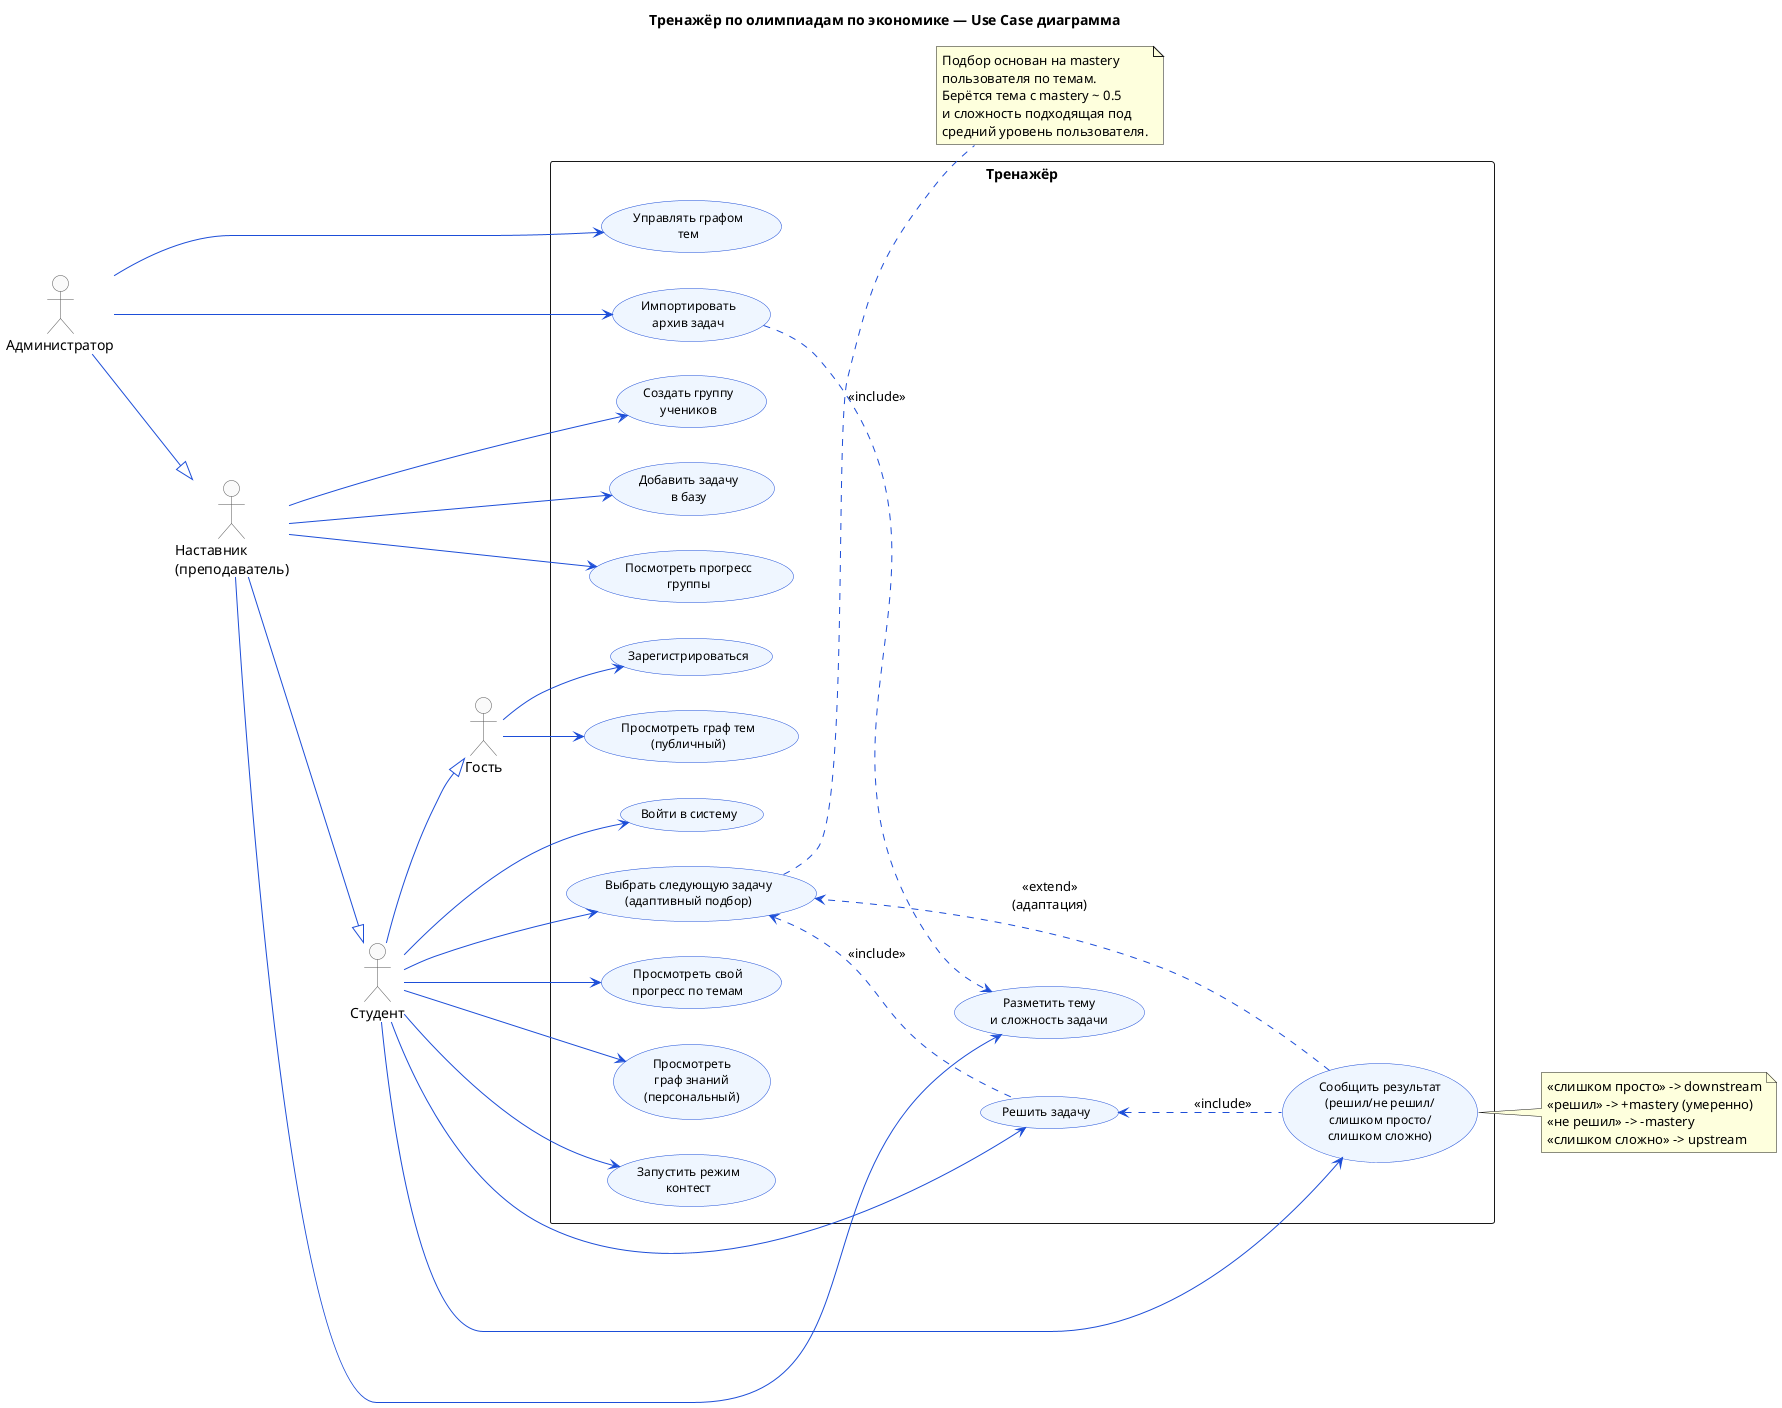
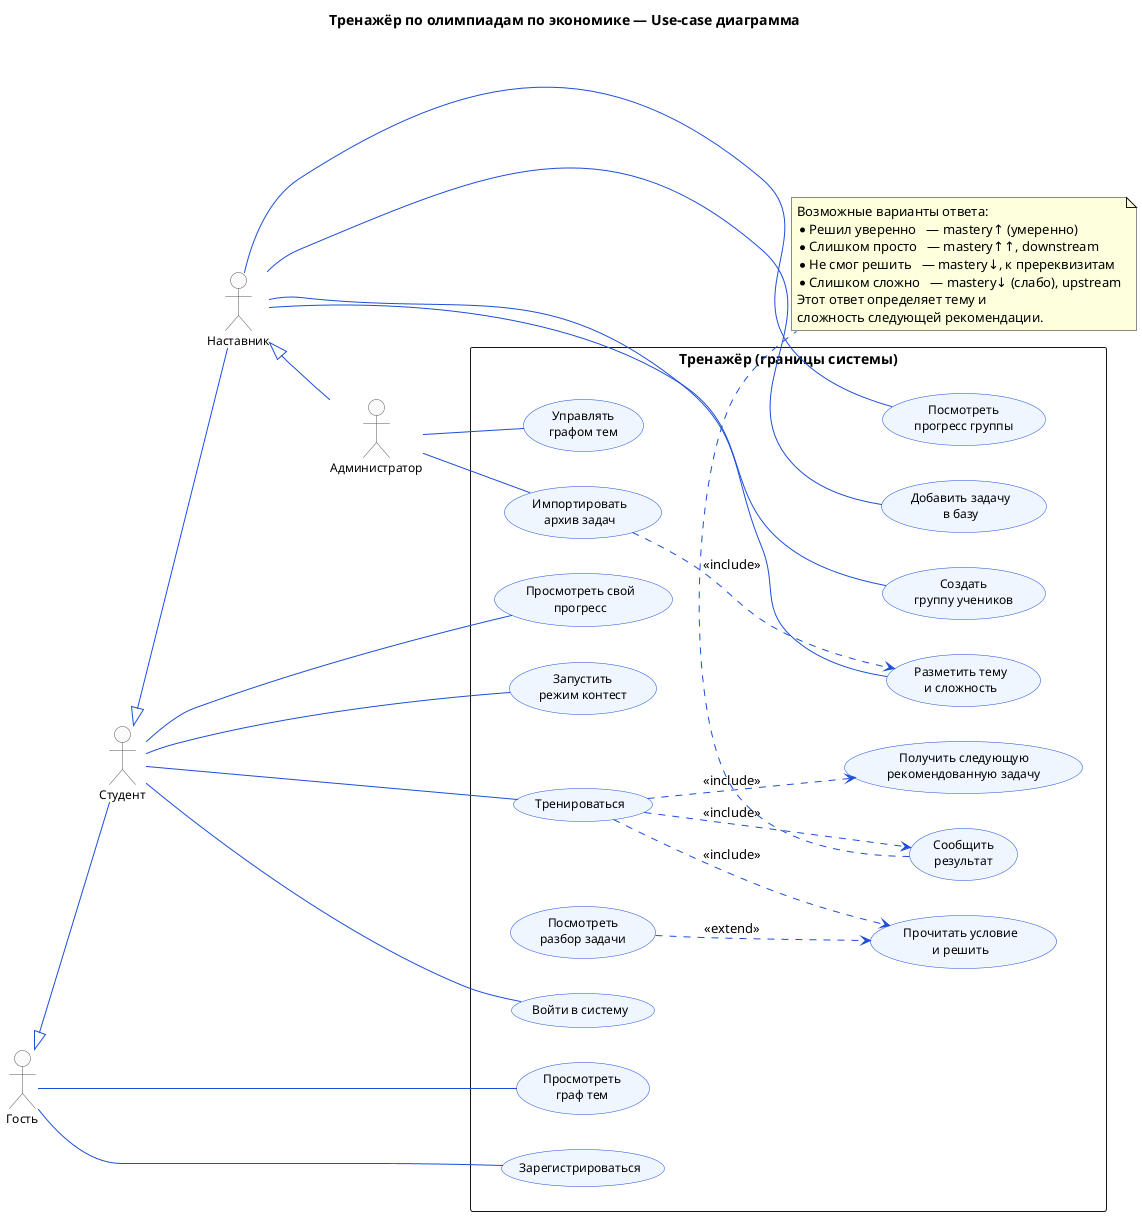
@startuml
+ ' Use-case диаграмма EconTrainer.
+ ' Нотация — по статье "Использование диаграммы вариантов использования UML
+ ' при проектировании программного обеспечения" (habr.com/ru/articles/566218/).
+ '   * Ассоциация (актёр — use-case): СПЛОШНАЯ ЛИНИЯ БЕЗ СТРЕЛКИ.
+ '   * Обобщение (наследование акторов): сплошная линия с треугольной стрелкой.
+ '   * Включение  <<include>>: пунктирная стрелка ИЗ включающего В включаемый.
+ '   * Расширение <<extend>>: пунктирная стрелка ИЗ расширяющего В базовый.
+ 
left to right direction
+ skinparam shadowing false
skinparam packageStyle rectangle
- skinparam shadowing false
skinparam actor {
  BackgroundColor #FAFAFA
-   BorderColor #555555
+   BorderColor      #555555
+   FontSize         12
}
skinparam usecase {
-   BackgroundColor #EFF6FF
-   BorderColor #1D4ED8
-   ArrowColor #1D4ED8
-   FontSize 12
+   BackgroundColor  #EFF6FF
+   BorderColor      #1D4ED8
+   ArrowColor       #1D4ED8
+   FontSize         12
}

- title Тренажёр по олимпиадам по экономике — Use Case диаграмма
+ title Тренажёр по олимпиадам по экономике — Use-case диаграмма

- actor "Гость" as Guest
- actor "Студент" as Student
- actor "Наставник\n(преподаватель)" as Tutor
- actor "Администратор" as Admin
+ actor "Гость"           as Guest
+ actor "Студент"         as Student
+ actor "Наставник"       as Tutor
+ actor "Администратор"   as Admin

- Student --|> Guest
- Tutor --|> Student
- Admin --|> Tutor
+ Guest  <|-- Student
+ Student <|-- Tutor
+ Tutor   <|-- Admin

- rectangle "Тренажёр" {
-   usecase "Просмотреть граф тем\n(публичный)" as UC_ViewPublicGraph
-   usecase "Зарегистрироваться" as UC_Register
-   usecase "Войти в систему" as UC_Login
-   usecase "Выбрать следующую задачу\n(адаптивный подбор)" as UC_NextTask
-   usecase "Решить задачу" as UC_SolveTask
-   usecase "Сообщить результат\n(решил/не решил/\nслишком просто/\nслишком сложно)" as UC_Feedback
-   usecase "Просмотреть свой\nпрогресс по темам" as UC_ViewProgress
-   usecase "Просмотреть\nграф знаний\n(персональный)" as UC_ViewPersonalGraph
-   usecase "Запустить режим\nконтест" as UC_Contest
-   usecase "Создать группу\nучеников" as UC_CreateGroup
-   usecase "Посмотреть прогресс\nгруппы" as UC_GroupStats
-   usecase "Добавить задачу\nв базу" as UC_AddTask
-   usecase "Разметить тему\nи сложность задачи" as UC_TagTask
-   usecase "Управлять графом\nтем" as UC_ManageGraph
-   usecase "Импортировать\nархив задач" as UC_ImportArchive
+ rectangle "Тренажёр (границы системы)" {
+ 
+   together {
+     usecase "Просмотреть\nграф тем"       as UC_ViewGraph
+     usecase "Зарегистрироваться"          as UC_Register
+     usecase "Войти в систему"             as UC_Login
+   }
+ 
+   together {
+     usecase "Тренироваться"               as UC_Train
+     usecase "Получить следующую\nрекомендованную задачу" as UC_NextTask
+     usecase "Прочитать условие\nи решить" as UC_Solve
+     usecase "Посмотреть\nразбор задачи"   as UC_Reveal
+     usecase "Сообщить\nрезультат"         as UC_Feedback
+   }
+ 
+   together {
+     usecase "Просмотреть свой\nпрогресс"  as UC_ViewProgress
+     usecase "Запустить\nрежим контест"    as UC_Contest
+   }
+ 
+   together {
+     usecase "Создать\nгруппу учеников"    as UC_CreateGroup
+     usecase "Посмотреть\nпрогресс группы" as UC_GroupStats
+     usecase "Добавить задачу\nв базу"     as UC_AddTask
+     usecase "Разметить тему\nи сложность" as UC_Tag
+   }
+ 
+   together {
+     usecase "Управлять\nграфом тем"       as UC_ManageGraph
+     usecase "Импортировать\nархив задач"  as UC_Import
+   }
}

- Guest --> UC_ViewPublicGraph
- Guest --> UC_Register
+ ' === Ассоциации (СПЛОШНАЯ ЛИНИЯ БЕЗ СТРЕЛКИ) ===
+ Guest   -- UC_ViewGraph
+ Guest   -- UC_Register

- Student --> UC_Login
- Student --> UC_NextTask
- Student --> UC_SolveTask
- Student --> UC_Feedback
- Student --> UC_ViewProgress
- Student --> UC_ViewPersonalGraph
- Student --> UC_Contest
+ Student -- UC_Login
+ Student -- UC_Train
+ Student -- UC_ViewProgress
+ Student -- UC_Contest

- Tutor --> UC_CreateGroup
- Tutor --> UC_GroupStats
- Tutor --> UC_AddTask
- Tutor --> UC_TagTask
+ Tutor   -- UC_CreateGroup
+ Tutor   -- UC_GroupStats
+ Tutor   -- UC_AddTask
+ Tutor   -- UC_Tag

- Admin --> UC_ManageGraph
- Admin --> UC_ImportArchive
+ Admin   -- UC_ManageGraph
+ Admin   -- UC_Import

- UC_NextTask <.. UC_SolveTask : <<include>>
- UC_SolveTask <.. UC_Feedback : <<include>>
- UC_Feedback ..> UC_NextTask : <<extend>>\n(адаптация)
- UC_ImportArchive ..> UC_TagTask : <<include>>
+ ' === Включение (<<include>>) ===
+ UC_Train  ..> UC_NextTask : <<include>>
+ UC_Train  ..> UC_Solve    : <<include>>
+ UC_Train  ..> UC_Feedback : <<include>>
+ UC_Import ..> UC_Tag      : <<include>>

- note right of UC_NextTask
-   Подбор основан на mastery
-   пользователя по темам.
-   Берётся тема с mastery ~ 0.5
-   и сложность подходящая под
-   средний уровень пользователя.
- end note
+ ' === Расширение (<<extend>>) ===
+ UC_Reveal ..> UC_Solve    : <<extend>>

- note right of UC_Feedback
-   «слишком просто» -> downstream
-   «решил» -> +mastery (умеренно)
-   «не решил» -> -mastery
-   «слишком сложно» -> upstream
+ note bottom of UC_Feedback
+   Возможные варианты ответа:
+   * Решил уверенно   — mastery↑ (умеренно)
+   * Слишком просто   — mastery↑↑, downstream
+   * Не смог решить   — mastery↓, к пререквизитам
+   * Слишком сложно   — mastery↓ (слабо), upstream
+   Этот ответ определяет тему и
+   сложность следующей рекомендации.
end note

@enduml
